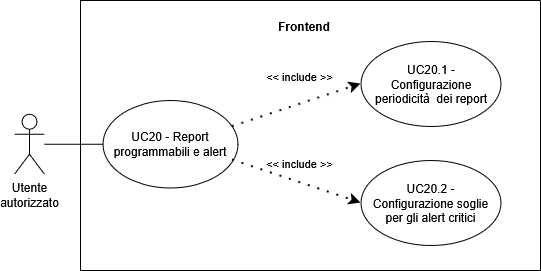
SkarabGroup/DocumentazioneProgetto keeps this draw.io diagram as assets/diagrams/UC20.png. Above is the earlier version. Source tidied: cells renumbered, new cells last; positions are measured from the earlier drawing's top-left corner, leaving out a move shared by most shapes.
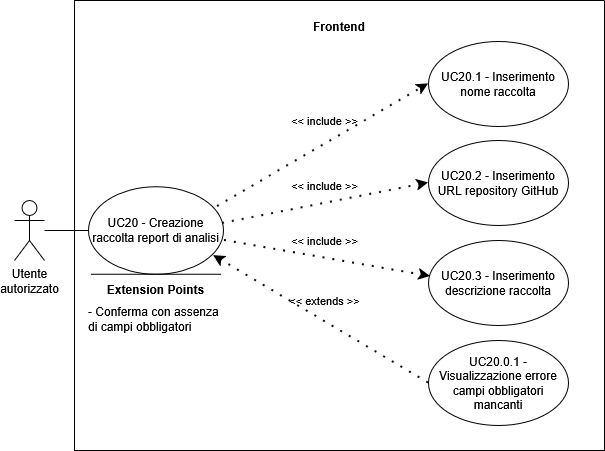
After the change.

Change to the diagram source:
```diff
@@ -9,37 +9,54 @@
       </mxGeometry>
     </mxCell>
     <mxCell id="3" style="swimlane;startSize=0;" parent="1" vertex="1">
-      <mxGeometry x="66" width="460" height="270" as="geometry" />
+      <mxGeometry x="70" y="-10" width="530" height="450" as="geometry" />
     </mxCell>
-    <mxCell id="4" style="ellipse;whiteSpace=wrap;html=1;" parent="3" vertex="1">
-      <mxGeometry x="22.5" y="100" width="135" height="87.5" as="geometry" />
+    <mxCell id="4" value="&lt;div style=&quot;&quot;&gt;UC20 - Creazione raccolta report di analisi&lt;/div&gt;" style="ellipse;whiteSpace=wrap;html=1;" parent="3" vertex="1">
+      <mxGeometry x="14" y="186.2" width="135" height="87.5" as="geometry" />
     </mxCell>
-    <mxCell id="5" style="ellipse;whiteSpace=wrap;html=1;" parent="3" vertex="1">
-      <mxGeometry x="280.5" y="41" width="140" height="85" as="geometry" />
+    <mxCell id="5" value="UC20.1 - Inserimento nome raccolta" style="ellipse;whiteSpace=wrap;html=1;" parent="3" vertex="1">
+      <mxGeometry x="354" y="41" width="140" height="85" as="geometry" />
     </mxCell>
-    <mxCell id="6" value="UC20.1 - Configurazione periodicità&amp;nbsp; dei report" style="text;html=1;align=center;verticalAlign=middle;whiteSpace=wrap;rounded=0;" parent="3" vertex="1">
-      <mxGeometry x="285.5" y="48.5" width="130" height="70" as="geometry" />
-    </mxCell>
-    <mxCell id="7" value="&amp;lt;&amp;lt; include &amp;gt;&amp;gt;" style="endArrow=classic;startArrow=none;endFill=1;startFill=0;html=1;verticalAlign=bottom;dashed=1;labelBackgroundColor=none;rounded=0;dashPattern=1 4;curved=0;endSize=6;strokeWidth=2;exitX=1;exitY=0.25;exitDx=0;exitDy=0;entryX=0;entryY=0.5;entryDx=0;entryDy=0;" parent="3" edge="1" source="11" target="5">
-      <mxGeometry x="0.12" y="17" relative="1" as="geometry" />
+    <mxCell id="7" value="&amp;lt;&amp;lt; include &amp;gt;&amp;gt;" style="endArrow=classic;startArrow=none;endFill=1;startFill=0;html=1;verticalAlign=bottom;dashed=1;labelBackgroundColor=none;rounded=0;dashPattern=1 4;curved=0;endSize=6;strokeWidth=2;exitX=0.956;exitY=0.226;exitDx=0;exitDy=0;entryX=0;entryY=0.5;entryDx=0;entryDy=0;exitPerimeter=0;" parent="3" edge="1" source="4" target="5">
+      <mxGeometry x="0.07" y="12" relative="1" as="geometry" />
     </mxCell>
-    <mxCell id="8" value="&amp;lt;&amp;lt; include &amp;gt;&amp;gt;" style="endArrow=classic;startArrow=none;endFill=1;startFill=0;html=1;verticalAlign=bottom;dashed=1;labelBackgroundColor=none;rounded=0;dashPattern=1 4;curved=0;endSize=6;strokeWidth=2;exitX=0.959;exitY=0.68;exitDx=0;exitDy=0;entryX=0;entryY=0.5;entryDx=0;entryDy=0;exitPerimeter=0;" parent="3" edge="1" source="4" target="9">
+    <mxCell id="8" value="&amp;lt;&amp;lt; include &amp;gt;&amp;gt;" style="endArrow=classic;startArrow=none;endFill=1;startFill=0;html=1;verticalAlign=bottom;dashed=1;labelBackgroundColor=none;rounded=0;dashPattern=1 4;curved=0;endSize=6;strokeWidth=2;exitX=0.993;exitY=0.42;exitDx=0;exitDy=0;entryX=0;entryY=0.5;entryDx=0;entryDy=0;exitPerimeter=0;" parent="3" edge="1" source="4" target="9">
       <mxGeometry y="8" relative="1" as="geometry" />
     </mxCell>
-    <mxCell id="9" style="ellipse;whiteSpace=wrap;html=1;" parent="3" vertex="1">
-      <mxGeometry x="280.5" y="160" width="140" height="85" as="geometry" />
+    <mxCell id="9" value="UC20.2 - Inserimento URL repository GitHub" style="ellipse;whiteSpace=wrap;html=1;" parent="3" vertex="1">
+      <mxGeometry x="354" y="140" width="140" height="85" as="geometry" />
     </mxCell>
-    <mxCell id="10" value="UC20.2 - Configurazione soglie per gli alert critici" style="text;html=1;align=center;verticalAlign=middle;whiteSpace=wrap;rounded=0;" parent="3" vertex="1">
-      <mxGeometry x="290" y="166.8" width="121" height="71.5" as="geometry" />
-    </mxCell>
-    <mxCell id="11" value="&lt;div style=&quot;&quot;&gt;UC20 - Report programmabili e alert&lt;/div&gt;" style="text;html=1;align=center;verticalAlign=middle;whiteSpace=wrap;rounded=0;" parent="3" vertex="1">
-      <mxGeometry x="28.1" y="108.8" width="123.8" height="70" as="geometry" />
-    </mxCell>
     <mxCell id="12" value="&lt;b&gt;Frontend&lt;/b&gt;" style="text;html=1;whiteSpace=wrap;strokeColor=none;fillColor=none;align=center;verticalAlign=middle;rounded=0;" parent="3" vertex="1">
-      <mxGeometry x="193.8" y="11" width="60" height="30" as="geometry" />
+      <mxGeometry x="235" y="11" width="60" height="30" as="geometry" />
     </mxCell>
+    <mxCell id="15" value="UC20.3 - Inserimento descrizione raccolta" style="ellipse;whiteSpace=wrap;html=1;" parent="3" vertex="1">
+      <mxGeometry x="354" y="240" width="140" height="85" as="geometry" />
+    </mxCell>
+    <mxCell id="16" value="UC20.0.1 - Visualizzazione errore campi obbligatori mancanti" style="ellipse;whiteSpace=wrap;html=1;" parent="3" vertex="1">
+      <mxGeometry x="354" y="340" width="140" height="85" as="geometry" />
+    </mxCell>
+    <mxCell id="17" value="&amp;lt;&amp;lt; include &amp;gt;&amp;gt;" style="endArrow=classic;startArrow=none;endFill=1;startFill=0;html=1;verticalAlign=bottom;dashed=1;labelBackgroundColor=none;rounded=0;dashPattern=1 4;curved=0;endSize=6;strokeWidth=2;entryX=0.014;entryY=0.424;entryDx=0;entryDy=0;entryPerimeter=0;" parent="3" edge="1" target="15">
+      <mxGeometry x="-0.04" y="7" relative="1" as="geometry">
+        <mxPoint x="150" y="240" as="sourcePoint" />
+      </mxGeometry>
+    </mxCell>
+    <mxCell id="18" value="&amp;lt;&amp;lt; extends &amp;gt;&amp;gt;" style="endArrow=classic;startArrow=none;endFill=1;startFill=0;html=1;verticalAlign=bottom;dashed=1;labelBackgroundColor=none;rounded=0;dashPattern=1 4;curved=0;endSize=6;strokeWidth=2;entryX=0.926;entryY=0.786;entryDx=0;entryDy=0;entryPerimeter=0;exitX=0;exitY=0.5;exitDx=0;exitDy=0;" parent="3" edge="1" source="16" target="4">
+      <mxGeometry x="0.01" y="-9" relative="1" as="geometry" />
+    </mxCell>
+    <mxCell id="19" style="endArrow=none;html=1;rounded=0;" parent="3" edge="1">
+      <mxGeometry relative="1" as="geometry">
+        <mxPoint x="16.5" y="273.8" as="sourcePoint" />
+        <mxPoint x="146.5" y="273.8" as="targetPoint" />
+      </mxGeometry>
+    </mxCell>
+    <mxCell id="20" value="&lt;b&gt;Extension Points&lt;/b&gt;" style="text;html=1;whiteSpace=wrap;strokeColor=none;fillColor=none;align=center;verticalAlign=middle;rounded=0;strokeWidth=5;" parent="3" vertex="1">
+      <mxGeometry x="24" y="273.8" width="115" height="30" as="geometry" />
+    </mxCell>
+    <mxCell id="21" value="- Conferma con assenza di campi obbligatori" style="text;html=1;whiteSpace=wrap;strokeColor=none;fillColor=none;align=left;verticalAlign=middle;rounded=0;" parent="3" vertex="1">
+      <mxGeometry x="11.5" y="273.8" width="140" height="90" as="geometry" />
+    </mxCell>
     <mxCell id="13" value="Utente&lt;div&gt;autorizzato&lt;/div&gt;" style="shape=umlActor;verticalLabelPosition=bottom;verticalAlign=top;html=1;outlineConnect=0;align=center;" parent="1" vertex="1">
-      <mxGeometry y="113.8" width="30" height="60" as="geometry" />
+      <mxGeometry x="10" y="190" width="30" height="60" as="geometry" />
     </mxCell>
     <mxCell id="14" style="endArrow=none;html=1;rounded=0;entryX=0;entryY=0.5;entryDx=0;entryDy=0;" parent="1" edge="1" source="13" target="4">
       <mxGeometry relative="1" as="geometry" />
```
